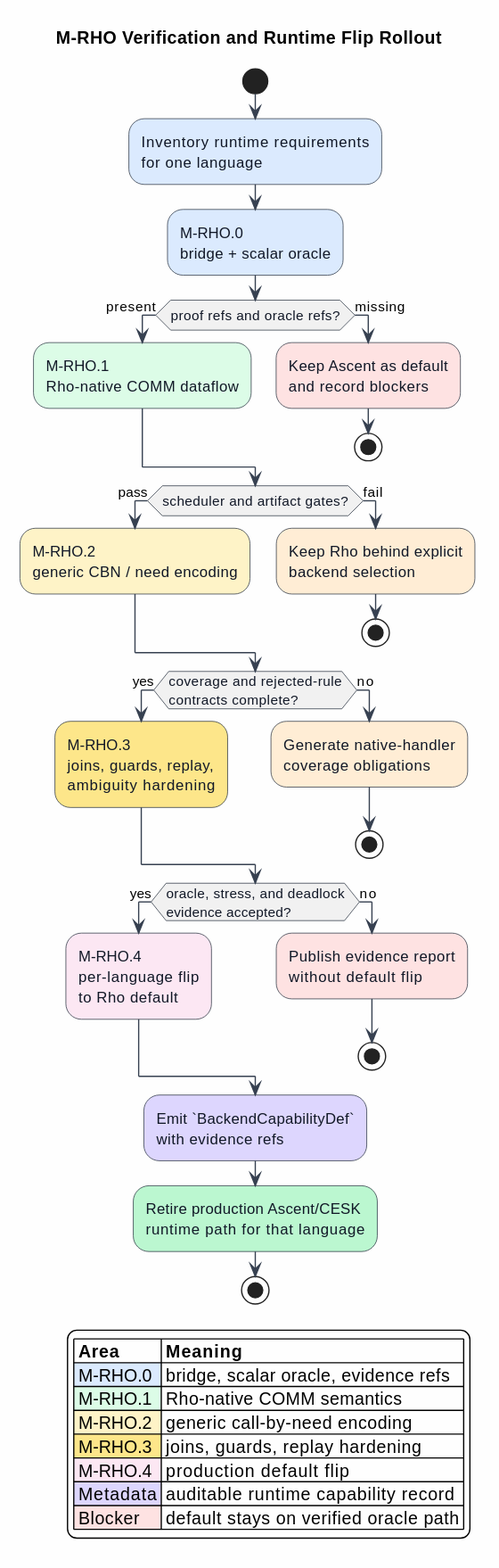
F1R3FLY-io/mettail-rust keeps this PlantUML diagram as docs/architecture/rho-native-integration/figures/07-verification-and-rollout.svg. Above is the earlier version.
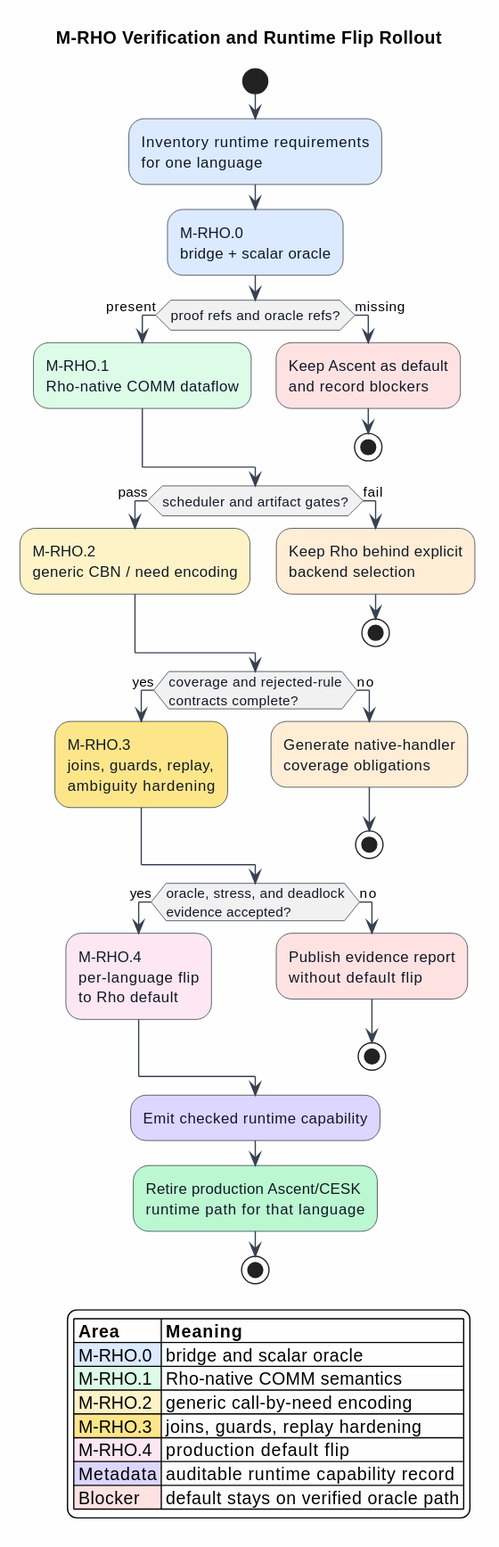
After the change.

The edit, as a diff of the source:
```diff
@@ -36,13 +36,13 @@
   :Publish evidence report\nwithout default flip; <<#FEE2E2>>
   stop
 endif
-:Emit `BackendCapabilityDef`\nwith evidence refs; <<#DDD6FE>>
+:Emit checked runtime capability; <<#DDD6FE>>
 :Retire production Ascent/CESK\nruntime path for that language; <<#BBF7D0>>
 stop
 
 legend right
 |= Area |= Meaning |
-|<#DBEAFE> M-RHO.0 | bridge, scalar oracle, evidence refs |
+|<#DBEAFE> M-RHO.0 | bridge and scalar oracle |
 |<#DCFCE7> M-RHO.1 | Rho-native COMM semantics |
 |<#FEF3C7> M-RHO.2 | generic call-by-need encoding |
 |<#FDE68A> M-RHO.3 | joins, guards, replay hardening |
```
